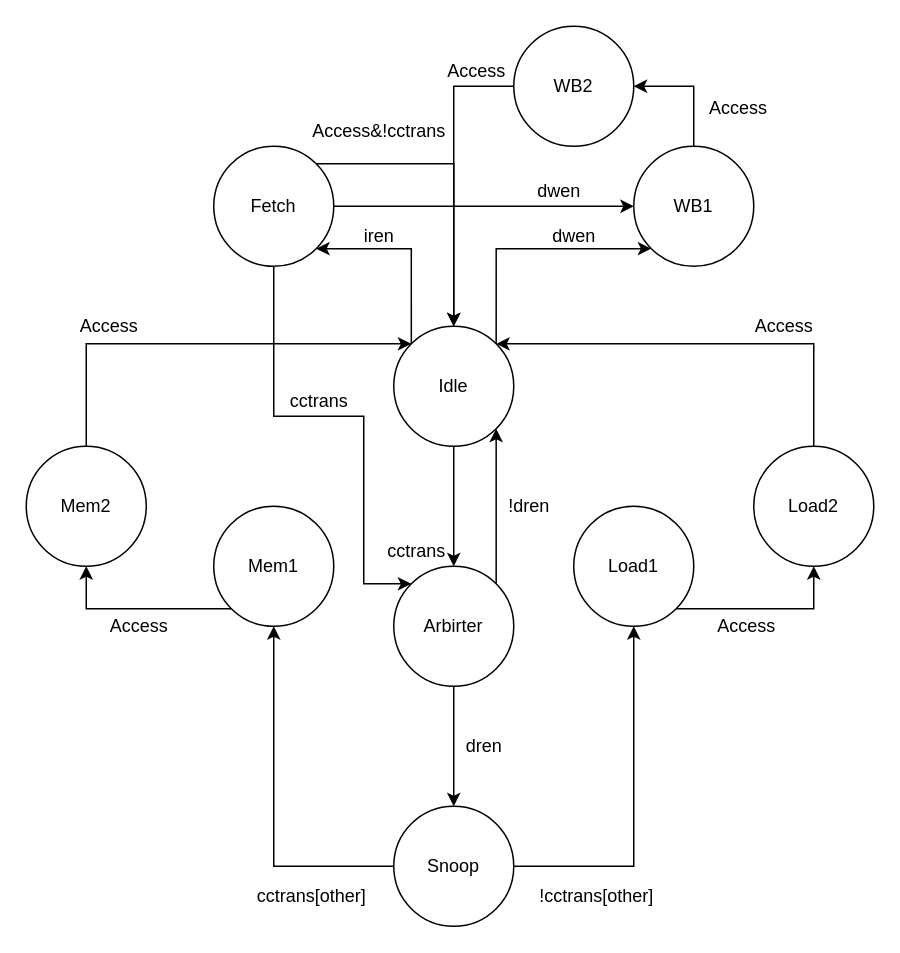
Earlier version of the draw.io diagram page "Page-3" (3 of 4) of multi.drawio (dsrasheed/ece437). Source tidied: cells renumbered, new cells numbered last; positions are measured from the earlier drawing's top-left corner, leaving out a move shared by most shapes. Both pictures are drawn from the tidied source at 150%, with x=0, y=0 at pixel (26, 26).
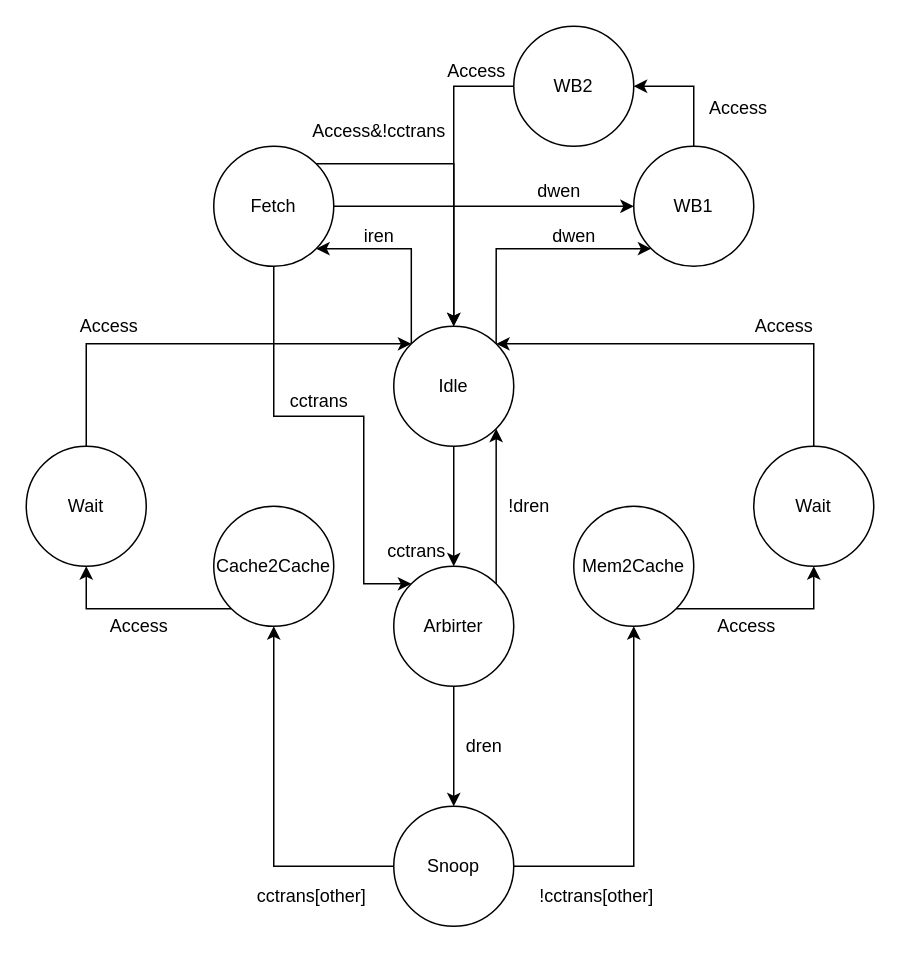
The same diagram, later.

What changed in the source:
```diff
@@
-    <mxCell id="12" value="Mem1" style="ellipse;whiteSpace=wrap;html=1;" parent="1" vertex="1">
+    <mxCell id="12" value="Cache2Cache" style="ellipse;whiteSpace=wrap;html=1;" parent="1" vertex="1">
       <mxGeometry x="125" y="320" width="80" height="80" as="geometry" />
     </mxCell>
@@
-    <mxCell id="14" value="Load1" style="ellipse;whiteSpace=wrap;html=1;" parent="1" vertex="1">
+    <mxCell id="14" value="Mem2Cache" style="ellipse;whiteSpace=wrap;html=1;" parent="1" vertex="1">
       <mxGeometry x="365" y="320" width="80" height="80" as="geometry" />
     </mxCell>
-    <mxCell id="15" value="Mem2" style="ellipse;whiteSpace=wrap;html=1;" parent="1" vertex="1">
+    <mxCell id="15" value="Wait" style="ellipse;whiteSpace=wrap;html=1;" parent="1" vertex="1">
       <mxGeometry y="280" width="80" height="80" as="geometry" />
     </mxCell>
-    <mxCell id="16" value="Load2" style="ellipse;whiteSpace=wrap;html=1;" parent="1" vertex="1">
+    <mxCell id="16" value="Wait" style="ellipse;whiteSpace=wrap;html=1;" parent="1" vertex="1">
       <mxGeometry x="485" y="280" width="80" height="80" as="geometry" />
     </mxCell>
```
